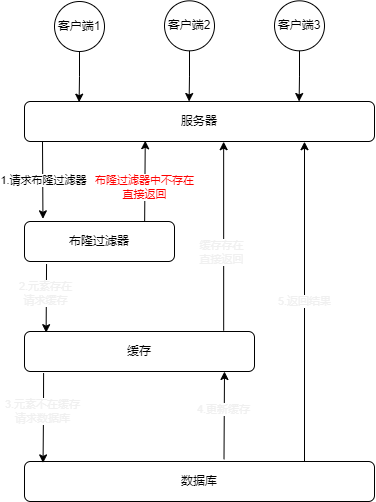
The draw.io diagram 布隆过滤器/image/缓存流程.png in maixxx987/StudyNotes, before a commit. Source tidied: cells renumbered, new cells last; positions are measured from the earlier drawing's top-left corner, leaving out a move shared by most shapes. Source of this version:
```xml
<mxGraphModel>
  <root>
    <mxCell id="0" />
    <mxCell id="1" parent="0" />
    <mxCell id="2" value="服务器" style="rounded=1;whiteSpace=wrap;html=1;" parent="1" vertex="1">
      <mxGeometry y="101" width="350" height="40" as="geometry" />
    </mxCell>
    <mxCell id="3" value="布隆过滤器" style="rounded=1;whiteSpace=wrap;html=1;" parent="1" vertex="1">
      <mxGeometry y="221" width="150" height="40" as="geometry" />
    </mxCell>
    <mxCell id="4" value="缓存" style="rounded=1;whiteSpace=wrap;html=1;" parent="1" vertex="1">
      <mxGeometry y="331" width="230" height="40" as="geometry" />
    </mxCell>
    <mxCell id="5" value="数据库" style="rounded=1;whiteSpace=wrap;html=1;" parent="1" vertex="1">
      <mxGeometry y="461" width="350" height="40" as="geometry" />
    </mxCell>
    <mxCell id="6" style="edgeStyle=orthogonalEdgeStyle;rounded=0;jettySize=auto;html=1;exitX=0.5;exitY=1;exitDx=0;exitDy=0;entryX=0.156;entryY=0.017;entryDx=0;entryDy=0;entryPerimeter=0;" parent="1" edge="1" source="7" target="2">
      <mxGeometry relative="1" as="geometry" />
    </mxCell>
    <mxCell id="7" value="客户端1" style="ellipse;whiteSpace=wrap;html=1;" parent="1" vertex="1">
      <mxGeometry x="30" y="1" width="50" height="50" as="geometry" />
    </mxCell>
    <mxCell id="8" value="客户端2" style="ellipse;whiteSpace=wrap;html=1;" parent="1" vertex="1">
      <mxGeometry x="140" y="0.3" width="50" height="50" as="geometry" />
    </mxCell>
    <mxCell id="9" style="edgeStyle=orthogonalEdgeStyle;rounded=0;jettySize=auto;html=1;exitX=0.5;exitY=1;exitDx=0;exitDy=0;entryX=0.156;entryY=0.017;entryDx=0;entryDy=0;entryPerimeter=0;" parent="1" edge="1" source="8">
      <mxGeometry relative="1" as="geometry">
        <mxPoint x="164.6" y="101" as="targetPoint" />
      </mxGeometry>
    </mxCell>
    <mxCell id="10" value="客户端3" style="ellipse;whiteSpace=wrap;html=1;" parent="1" vertex="1">
      <mxGeometry x="250" y="0.3" width="50" height="50" as="geometry" />
    </mxCell>
    <mxCell id="11" style="edgeStyle=orthogonalEdgeStyle;rounded=0;jettySize=auto;html=1;exitX=0.5;exitY=1;exitDx=0;exitDy=0;entryX=0.156;entryY=0.017;entryDx=0;entryDy=0;entryPerimeter=0;" parent="1" edge="1" source="10">
      <mxGeometry relative="1" as="geometry">
        <mxPoint x="274.6" y="101" as="targetPoint" />
      </mxGeometry>
    </mxCell>
    <mxCell id="12" style="endArrow=classic;html=1;rounded=0;entryX=0.123;entryY=-0.067;entryDx=0;entryDy=0;entryPerimeter=0;" parent="1" edge="1" target="3">
      <mxGeometry relative="1" as="geometry">
        <mxPoint x="18" y="141" as="sourcePoint" />
      </mxGeometry>
    </mxCell>
    <mxCell id="13" value="1.请求布隆过滤器" style="edgeLabel;html=1;align=center;verticalAlign=middle;" parent="12" vertex="1">
      <mxGeometry x="0.12" relative="1" as="geometry">
        <mxPoint y="-5" as="offset" />
      </mxGeometry>
    </mxCell>
    <mxCell id="14" style="endArrow=classic;html=1;rounded=0;exitX=0.801;exitY=-0.007;exitDx=0;exitDy=0;entryX=0.345;entryY=0.981;entryDx=0;entryDy=0;exitPerimeter=0;entryPerimeter=0;" parent="1" edge="1" source="3" target="2">
      <mxGeometry relative="1" as="geometry" />
    </mxCell>
    <mxCell id="15" value="布隆过滤器中不存在&lt;br&gt;直接返回" style="edgeLabel;html=1;align=center;verticalAlign=middle;fontColor=#FF0000;" parent="14" vertex="1">
      <mxGeometry x="-0.16" y="1" relative="1" as="geometry" />
    </mxCell>
    <mxCell id="16" style="endArrow=classic;html=1;rounded=0;exitX=0.147;exitY=1.064;exitDx=0;exitDy=0;exitPerimeter=0;entryX=0.094;entryY=0.029;entryDx=0;entryDy=0;entryPerimeter=0;" parent="1" edge="1" source="3" target="4">
      <mxGeometry relative="1" as="geometry" />
    </mxCell>
    <mxCell id="17" value="&lt;font&gt;2.元素存在&lt;br&gt;请求缓存&lt;/font&gt;" style="edgeLabel;html=1;align=center;verticalAlign=middle;fontColor=#F0F0F0;" parent="16" vertex="1">
      <mxGeometry x="-0.31" y="-1" relative="1" as="geometry">
        <mxPoint y="5" as="offset" />
      </mxGeometry>
    </mxCell>
    <mxCell id="18" style="endArrow=classic;html=1;rounded=0;fontColor=#FFFFFF;exitX=0.866;exitY=-0.019;exitDx=0;exitDy=0;exitPerimeter=0;entryX=0.569;entryY=1.005;entryDx=0;entryDy=0;entryPerimeter=0;" parent="1" edge="1" source="4" target="2">
      <mxGeometry relative="1" as="geometry" />
    </mxCell>
    <mxCell id="19" value="&lt;font&gt;缓存存在&lt;br&gt;直接返回&lt;/font&gt;" style="edgeLabel;html=1;align=center;verticalAlign=middle;fontColor=#F0F0F0;" parent="18" vertex="1">
      <mxGeometry x="-0.17" y="2" relative="1" as="geometry" />
    </mxCell>
    <mxCell id="20" style="endArrow=classic;html=1;rounded=0;fontColor=#FFFFFF;exitX=0.083;exitY=1.04;exitDx=0;exitDy=0;exitPerimeter=0;entryX=0.053;entryY=0.035;entryDx=0;entryDy=0;entryPerimeter=0;" parent="1" edge="1" source="4" target="5">
      <mxGeometry relative="1" as="geometry">
        <Array as="points">
          <mxPoint x="19" y="411" />
        </Array>
      </mxGeometry>
    </mxCell>
    <mxCell id="21" value="&lt;font&gt;3.元素不在缓存&lt;br&gt;请求数据库&lt;/font&gt;" style="edgeLabel;html=1;align=center;verticalAlign=middle;fontColor=#F0F0F0;" parent="20" vertex="1">
      <mxGeometry x="0.19" y="-1" relative="1" as="geometry">
        <mxPoint y="-15" as="offset" />
      </mxGeometry>
    </mxCell>
    <mxCell id="22" style="endArrow=classic;html=1;rounded=0;fontColor=#FFFFFF;exitX=0.57;exitY=-0.055;exitDx=0;exitDy=0;exitPerimeter=0;" parent="1" edge="1" source="5">
      <mxGeometry relative="1" as="geometry">
        <mxPoint x="200" y="371" as="targetPoint" />
      </mxGeometry>
    </mxCell>
    <mxCell id="23" value="4.更新缓存" style="edgeLabel;html=1;align=center;verticalAlign=middle;fontColor=#F0F0F0;" parent="22" vertex="1">
      <mxGeometry x="0.14" y="1" relative="1" as="geometry" />
    </mxCell>
    <mxCell id="24" style="endArrow=classic;html=1;rounded=0;fontColor=#FFFFFF;exitX=0.8;exitY=0;exitDx=0;exitDy=0;exitPerimeter=0;entryX=0.8;entryY=1.005;entryDx=0;entryDy=0;entryPerimeter=0;" parent="1" edge="1" source="5" target="2">
      <mxGeometry relative="1" as="geometry">
        <Array as="points">
          <mxPoint x="280" y="301" />
        </Array>
      </mxGeometry>
    </mxCell>
    <mxCell id="25" value="&lt;font&gt;5.返回结果&lt;/font&gt;" style="edgeLabel;html=1;align=center;verticalAlign=middle;fontColor=#F0F0F0;" parent="24" vertex="1">
      <mxGeometry x="-0.04" relative="1" as="geometry">
        <mxPoint y="-7" as="offset" />
      </mxGeometry>
    </mxCell>
  </root>
</mxGraphModel>
```
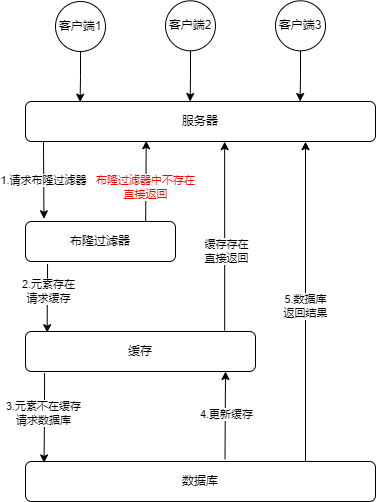
Above is the later version.

Commit message:
修改布隆过滤器文档 - 修复文字颜色

Change to the diagram source:
```diff
@@ -55,16 +55,16 @@
     <mxCell id="16" style="endArrow=classic;html=1;rounded=0;exitX=0.147;exitY=1.064;exitDx=0;exitDy=0;exitPerimeter=0;entryX=0.094;entryY=0.029;entryDx=0;entryDy=0;entryPerimeter=0;" parent="1" edge="1" source="3" target="4">
       <mxGeometry relative="1" as="geometry" />
     </mxCell>
-    <mxCell id="17" value="&lt;font&gt;2.元素存在&lt;br&gt;请求缓存&lt;/font&gt;" style="edgeLabel;html=1;align=center;verticalAlign=middle;fontColor=#F0F0F0;" parent="16" vertex="1">
-      <mxGeometry x="-0.31" y="-1" relative="1" as="geometry">
-        <mxPoint y="5" as="offset" />
-      </mxGeometry>
-    </mxCell>
+    <mxCell id="25" value="&lt;div&gt;2.元素存在&lt;/div&gt;&lt;div&gt;请求缓存&lt;/div&gt;" style="edgeLabel;html=1;align=center;verticalAlign=middle;" parent="16" vertex="1">
+      <mxGeometry x="-0.31" y="1" relative="1" as="geometry">
+        <mxPoint y="3" as="offset" />
+      </mxGeometry>
+    </mxCell>
     <mxCell id="18" style="endArrow=classic;html=1;rounded=0;fontColor=#FFFFFF;exitX=0.866;exitY=-0.019;exitDx=0;exitDy=0;exitPerimeter=0;entryX=0.569;entryY=1.005;entryDx=0;entryDy=0;entryPerimeter=0;" parent="1" edge="1" source="4" target="2">
       <mxGeometry relative="1" as="geometry" />
     </mxCell>
-    <mxCell id="19" value="&lt;font&gt;缓存存在&lt;br&gt;直接返回&lt;/font&gt;" style="edgeLabel;html=1;align=center;verticalAlign=middle;fontColor=#F0F0F0;" parent="18" vertex="1">
-      <mxGeometry x="-0.17" y="2" relative="1" as="geometry" />
+    <mxCell id="19" value="&lt;div&gt;缓存存在&lt;/div&gt;&lt;div&gt;直接返回&lt;/div&gt;" style="edgeLabel;html=1;align=center;verticalAlign=middle;" parent="18" vertex="1">
+      <mxGeometry x="-0.16" y="-2" relative="1" as="geometry" />
     </mxCell>
     <mxCell id="20" style="endArrow=classic;html=1;rounded=0;fontColor=#FFFFFF;exitX=0.083;exitY=1.04;exitDx=0;exitDy=0;exitPerimeter=0;entryX=0.053;entryY=0.035;entryDx=0;entryDy=0;entryPerimeter=0;" parent="1" edge="1" source="4" target="5">
       <mxGeometry relative="1" as="geometry">
@@ -73,9 +73,9 @@
         </Array>
       </mxGeometry>
     </mxCell>
-    <mxCell id="21" value="&lt;font&gt;3.元素不在缓存&lt;br&gt;请求数据库&lt;/font&gt;" style="edgeLabel;html=1;align=center;verticalAlign=middle;fontColor=#F0F0F0;" parent="20" vertex="1">
-      <mxGeometry x="0.19" y="-1" relative="1" as="geometry">
-        <mxPoint y="-15" as="offset" />
+    <mxCell id="21" value="&lt;div&gt;3.元素不在缓存&lt;/div&gt;&lt;div&gt;请求数据库&lt;/div&gt;" style="edgeLabel;html=1;align=center;verticalAlign=middle;" parent="20" vertex="1">
+      <mxGeometry y="-1" relative="1" as="geometry">
+        <mxPoint y="-5" as="offset" />
       </mxGeometry>
     </mxCell>
     <mxCell id="22" style="endArrow=classic;html=1;rounded=0;fontColor=#FFFFFF;exitX=0.57;exitY=-0.055;exitDx=0;exitDy=0;exitPerimeter=0;" parent="1" edge="1" source="5">
@@ -83,8 +83,10 @@
         <mxPoint x="200" y="371" as="targetPoint" />
       </mxGeometry>
     </mxCell>
-    <mxCell id="23" value="4.更新缓存" style="edgeLabel;html=1;align=center;verticalAlign=middle;fontColor=#F0F0F0;" parent="22" vertex="1">
-      <mxGeometry x="0.14" y="1" relative="1" as="geometry" />
+    <mxCell id="23" value="4.更新缓存" style="edgeLabel;html=1;align=center;verticalAlign=middle;" parent="22" vertex="1">
+      <mxGeometry x="-0.1" y="-1" relative="1" as="geometry">
+        <mxPoint y="-6" as="offset" />
+      </mxGeometry>
     </mxCell>
     <mxCell id="24" style="endArrow=classic;html=1;rounded=0;fontColor=#FFFFFF;exitX=0.8;exitY=0;exitDx=0;exitDy=0;exitPerimeter=0;entryX=0.8;entryY=1.005;entryDx=0;entryDy=0;entryPerimeter=0;" parent="1" edge="1" source="5" target="2">
       <mxGeometry relative="1" as="geometry">
@@ -93,10 +95,10 @@
         </Array>
       </mxGeometry>
     </mxCell>
-    <mxCell id="25" value="&lt;font&gt;5.返回结果&lt;/font&gt;" style="edgeLabel;html=1;align=center;verticalAlign=middle;fontColor=#F0F0F0;" parent="24" vertex="1">
-      <mxGeometry x="-0.04" relative="1" as="geometry">
-        <mxPoint y="-7" as="offset" />
-      </mxGeometry>
-    </mxCell>
+    <mxCell id="26" value="5.数据库&lt;br&gt;返回结果" style="edgeLabel;html=1;align=center;verticalAlign=middle;" parent="24" vertex="1">
+      <mxGeometry x="-0.06" relative="1" as="geometry">
+        <mxPoint y="-5" as="offset" />
+      </mxGeometry>
+    </mxCell>
   </root>
 </mxGraphModel>
```
